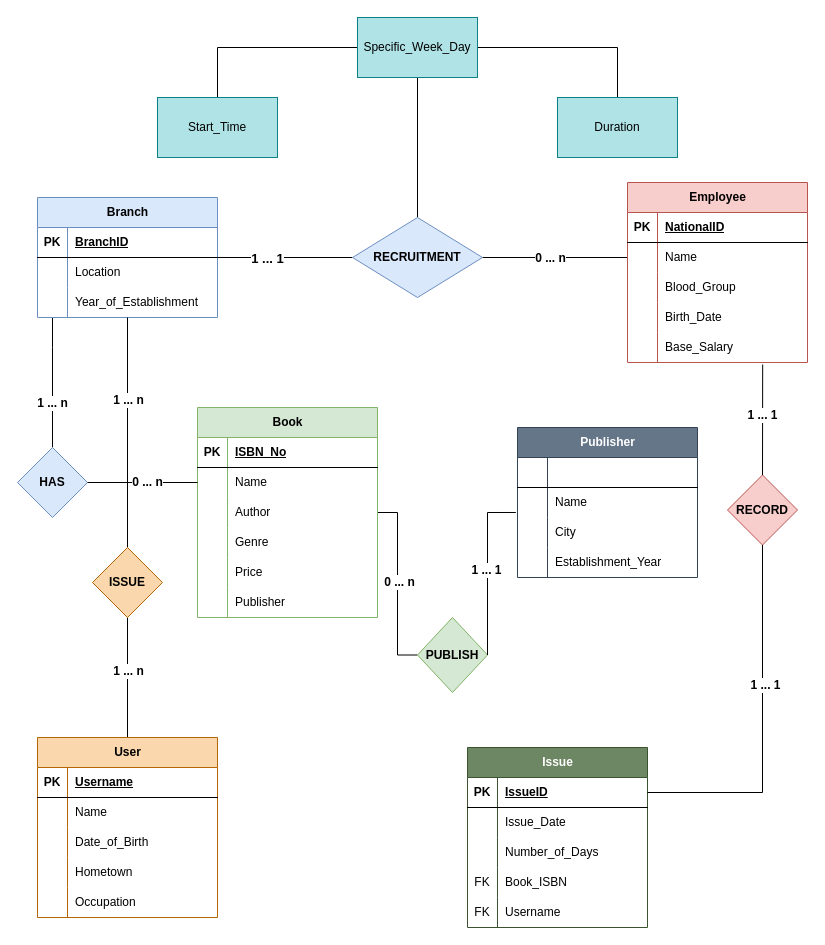
The draw.io diagram Lab_07/210042174_DBMS_Lab07.drawio in hasin023/DBMS1_CSE4307, before the edit. Source tidied: cells renumbered, new cells numbered last; positions are measured from the earlier drawing's top-left corner, leaving out a move shared by most shapes. Both pictures are drawn from the tidied source at 100%, with x=0, y=0 at pixel (17, 17).
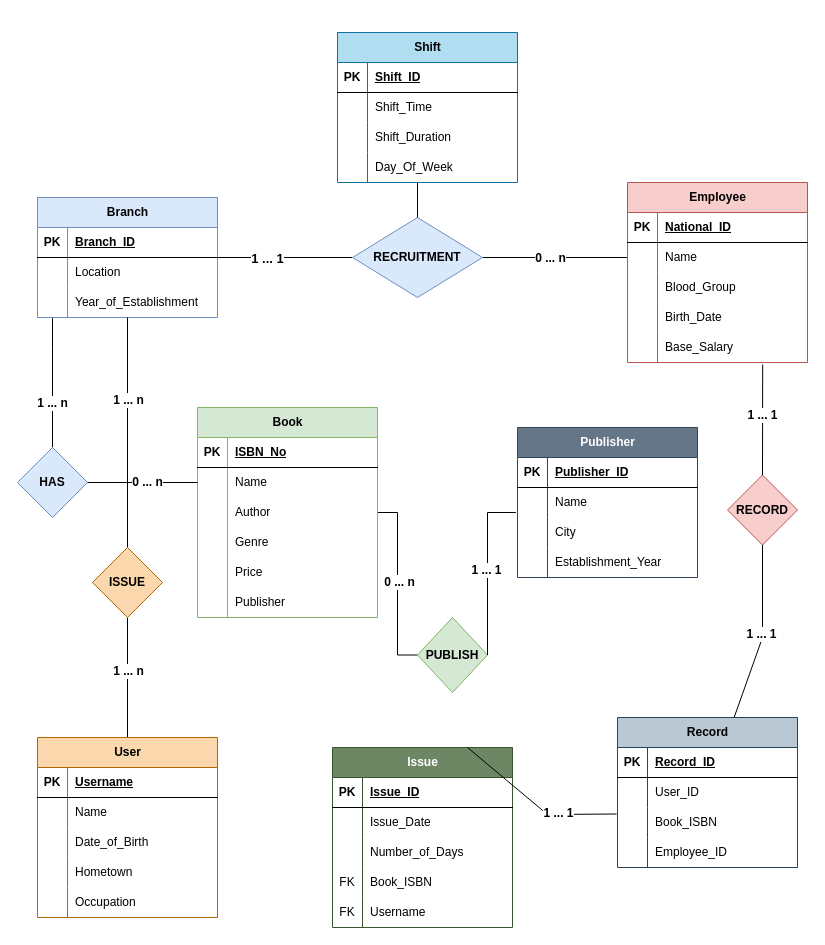
The same diagram, later.

Unchanged cells that the change refers to:
```xml
<mxCell id="7" style="shape=tableRow;horizontal=0;startSize=0;swimlaneHead=0;swimlaneBody=0;fillColor=none;top=0;left=0;right=0;bottom=1;" parent="6" vertex="1">
  <mxGeometry y="30" width="180" height="30" as="geometry" />
</mxCell>
<mxCell id="19" style="shape=tableRow;horizontal=0;startSize=0;swimlaneHead=0;swimlaneBody=0;fillColor=none;top=0;left=0;right=0;bottom=1;" parent="18" vertex="1">
  <mxGeometry y="30" width="180" height="30" as="geometry" />
</mxCell>
<mxCell id="40" value="RECRUITMENT" style="rhombus;whiteSpace=wrap;html=1;fillColor=#dae8fc;strokeColor=#6c8ebf;startSize=30;fontStyle=1;" parent="1" vertex="1">
  <mxGeometry x="335" y="200" width="130" height="80" as="geometry" />
</mxCell>
<mxCell id="63" style="shape=tableRow;horizontal=0;startSize=0;swimlaneHead=0;swimlaneBody=0;fillColor=none;top=0;left=0;right=0;bottom=1;" parent="62" vertex="1">
  <mxGeometry y="30" width="180" height="30" as="geometry" />
</mxCell>
<mxCell id="102" style="shape=tableRow;horizontal=0;startSize=0;swimlaneHead=0;swimlaneBody=0;fillColor=none;points=[[0,0.5],[1,0.5]];portConstraint=eastwest;top=0;left=0;right=0;bottom=1;" parent="101" vertex="1">
  <mxGeometry y="30" width="180" height="30" as="geometry" />
</mxCell>
<mxCell id="118" value="RECORD" style="rhombus;whiteSpace=wrap;html=1;fillColor=#f8cecc;strokeColor=#b85450;startSize=30;fontStyle=1;" parent="1" vertex="1">
  <mxGeometry x="710" y="457.5" width="70" height="70" as="geometry" />
</mxCell>
```

The edit, as a diff of the source:
```diff
@@
-    <mxCell id="9" value="BranchID" style="shape=partialRectangle;fillColor=none;top=0;left=0;bottom=0;right=0;align=left;spacingLeft=6;fontStyle=5;overflow=hidden;whiteSpace=wrap;html=1;" parent="7" vertex="1">
+    <mxCell id="9" value="Branch_ID" style="shape=partialRectangle;fillColor=none;top=0;left=0;bottom=0;right=0;align=left;spacingLeft=6;fontStyle=5;overflow=hidden;whiteSpace=wrap;html=1;" parent="7" vertex="1">
       <mxGeometry x="30" width="150" height="30" as="geometry" />
     </mxCell>
@@
-    <mxCell id="21" value="NationalID" style="shape=partialRectangle;fillColor=none;top=0;left=0;bottom=0;right=0;align=left;spacingLeft=6;fontStyle=5;overflow=hidden;whiteSpace=wrap;html=1;" parent="19" vertex="1">
+    <mxCell id="21" value="National_ID" style="shape=partialRectangle;fillColor=none;top=0;left=0;bottom=0;right=0;align=left;spacingLeft=6;fontStyle=5;overflow=hidden;whiteSpace=wrap;html=1;" parent="19" vertex="1">
       <mxGeometry x="30" width="150" height="30" as="geometry" />
     </mxCell>
@@
-    <mxCell id="34" style="edgeStyle=orthogonalEdgeStyle;rounded=0;jettySize=auto;html=1;exitX=0.5;exitY=0;exitDx=0;exitDy=0;endArrow=none;endFill=0;" parent="1" edge="1" source="40" target="37">
-      <mxGeometry relative="1" as="geometry" />
-    </mxCell>
-    <mxCell id="35" style="edgeStyle=orthogonalEdgeStyle;rounded=0;jettySize=auto;html=1;endArrow=none;endFill=0;" parent="1" edge="1" source="37" target="38">
-      <mxGeometry relative="1" as="geometry" />
-    </mxCell>
-    <mxCell id="36" style="edgeStyle=orthogonalEdgeStyle;rounded=0;jettySize=auto;html=1;endArrow=none;endFill=0;" parent="1" edge="1" source="37" target="39">
-      <mxGeometry relative="1" as="geometry" />
-    </mxCell>
-    <mxCell id="37" value="Specific_Week_Day" style="whiteSpace=wrap;html=1;fillColor=#b0e3e6;strokeColor=#0e8088;" parent="1" vertex="1">
-      <mxGeometry x="340" width="120" height="60" as="geometry" />
-    </mxCell>
-    <mxCell id="38" value="Start_Time" style="whiteSpace=wrap;html=1;fillColor=#b0e3e6;strokeColor=#0e8088;" parent="1" vertex="1">
-      <mxGeometry x="140" y="80" width="120" height="60" as="geometry" />
-    </mxCell>
-    <mxCell id="39" value="Duration" style="whiteSpace=wrap;html=1;fillColor=#b0e3e6;strokeColor=#0e8088;" parent="1" vertex="1">
-      <mxGeometry x="540" y="80" width="120" height="60" as="geometry" />
-    </mxCell>
@@
-    <mxCell id="64" style="shape=partialRectangle;fillColor=none;top=0;left=0;bottom=0;right=0;fontStyle=1;overflow=hidden;whiteSpace=wrap;html=1;" parent="63" vertex="1">
+    <mxCell id="64" value="PK" style="shape=partialRectangle;fillColor=none;top=0;left=0;bottom=0;right=0;fontStyle=1;overflow=hidden;whiteSpace=wrap;html=1;" parent="63" vertex="1">
       <mxGeometry width="30" height="30" as="geometry" />
     </mxCell>
-    <mxCell id="65" style="shape=partialRectangle;fillColor=none;top=0;left=0;bottom=0;right=0;align=left;spacingLeft=6;fontStyle=5;overflow=hidden;whiteSpace=wrap;html=1;" parent="63" vertex="1">
+    <mxCell id="65" value="Publisher_ID" style="shape=partialRectangle;fillColor=none;top=0;left=0;bottom=0;right=0;align=left;spacingLeft=6;fontStyle=5;overflow=hidden;whiteSpace=wrap;html=1;" parent="63" vertex="1">
       <mxGeometry x="30" width="150" height="30" as="geometry" />
     </mxCell>
@@
     <mxCell id="101" value="Issue" style="shape=table;startSize=30;childLayout=tableLayout;rowLines=0;fontStyle=1;align=center;html=1;fillColor=#6d8764;strokeColor=#3A5431;fontColor=#ffffff;" parent="1" vertex="1">
-      <mxGeometry x="450" y="730" width="180" height="180" as="geometry" />
+      <mxGeometry x="315" y="730" width="180" height="180" as="geometry" />
     </mxCell>
@@
-    <mxCell id="104" value="IssueID" style="shape=partialRectangle;fillColor=none;top=0;left=0;bottom=0;right=0;align=left;spacingLeft=6;fontStyle=5;overflow=hidden;whiteSpace=wrap;html=1;" parent="102" vertex="1">
+    <mxCell id="104" value="Issue_ID" style="shape=partialRectangle;fillColor=none;top=0;left=0;bottom=0;right=0;align=left;spacingLeft=6;fontStyle=5;overflow=hidden;whiteSpace=wrap;html=1;" parent="102" vertex="1">
       <mxGeometry x="30" width="150" height="30" as="geometry" />
     </mxCell>
@@
-    <mxCell id="121" style="endArrow=none;html=1;rounded=0;entryX=0.5;entryY=1;entryDx=0;entryDy=0;exitX=1;exitY=0.5;exitDx=0;exitDy=0;" parent="1" edge="1" source="102" target="118">
-      <mxGeometry relative="1" as="geometry">
-        <Array as="points">
-          <mxPoint x="745" y="775" />
-        </Array>
-      </mxGeometry>
-    </mxCell>
-    <mxCell id="122" value="&lt;b style=&quot;border-color: var(--border-color);&quot;&gt;&lt;font style=&quot;border-color: var(--border-color); font-size: 12px;&quot;&gt;1 ... 1&lt;/font&gt;&lt;/b&gt;" style="edgeLabel;html=1;align=center;verticalAlign=middle;" parent="121" vertex="1">
-      <mxGeometry x="0.23" y="-2" relative="1" as="geometry" />
-    </mxCell>
+    <mxCell id="123" style="edgeStyle=orthogonalEdgeStyle;rounded=0;jettySize=auto;html=1;exitX=0.5;exitY=0;exitDx=0;exitDy=0;endArrow=none;endFill=0;" parent="1" edge="1" source="40">
+      <mxGeometry relative="1" as="geometry">
+        <mxPoint x="400" y="165" as="targetPoint" />
+      </mxGeometry>
+    </mxCell>
+    <mxCell id="124" value="Shift" style="shape=table;startSize=30;childLayout=tableLayout;rowLines=0;fontStyle=1;align=center;html=1;fillColor=#b1ddf0;strokeColor=#10739e;" parent="1" vertex="1">
+      <mxGeometry x="320" y="15" width="180" height="150" as="geometry" />
+    </mxCell>
+    <mxCell id="125" style="shape=tableRow;horizontal=0;startSize=0;swimlaneHead=0;swimlaneBody=0;fillColor=none;top=0;left=0;right=0;bottom=1;" parent="124" vertex="1">
+      <mxGeometry y="30" width="180" height="30" as="geometry" />
+    </mxCell>
+    <mxCell id="126" value="PK" style="shape=partialRectangle;fillColor=none;top=0;left=0;bottom=0;right=0;fontStyle=1;overflow=hidden;whiteSpace=wrap;html=1;" parent="125" vertex="1">
+      <mxGeometry width="30" height="30" as="geometry" />
+    </mxCell>
+    <mxCell id="127" value="Shift_ID" style="shape=partialRectangle;fillColor=none;top=0;left=0;bottom=0;right=0;align=left;spacingLeft=6;fontStyle=5;overflow=hidden;whiteSpace=wrap;html=1;" parent="125" vertex="1">
+      <mxGeometry x="30" width="150" height="30" as="geometry" />
+    </mxCell>
+    <mxCell id="128" style="shape=tableRow;horizontal=0;startSize=0;swimlaneHead=0;swimlaneBody=0;fillColor=none;top=0;left=0;right=0;bottom=0;" parent="124" vertex="1">
+      <mxGeometry y="60" width="180" height="30" as="geometry" />
+    </mxCell>
+    <mxCell id="129" style="shape=partialRectangle;fillColor=none;top=0;left=0;bottom=0;right=0;overflow=hidden;whiteSpace=wrap;html=1;" parent="128" vertex="1">
+      <mxGeometry width="30" height="30" as="geometry" />
+    </mxCell>
+    <mxCell id="130" value="Shift_Time" style="shape=partialRectangle;fillColor=none;top=0;left=0;bottom=0;right=0;align=left;spacingLeft=6;overflow=hidden;whiteSpace=wrap;html=1;" parent="128" vertex="1">
+      <mxGeometry x="30" width="150" height="30" as="geometry" />
+    </mxCell>
+    <mxCell id="131" style="shape=tableRow;horizontal=0;startSize=0;swimlaneHead=0;swimlaneBody=0;fillColor=none;top=0;left=0;right=0;bottom=0;" parent="124" vertex="1">
+      <mxGeometry y="90" width="180" height="30" as="geometry" />
+    </mxCell>
+    <mxCell id="132" style="shape=partialRectangle;fillColor=none;top=0;left=0;bottom=0;right=0;overflow=hidden;whiteSpace=wrap;html=1;" parent="131" vertex="1">
+      <mxGeometry width="30" height="30" as="geometry" />
+    </mxCell>
+    <mxCell id="133" value="Shift_Duration" style="shape=partialRectangle;fillColor=none;top=0;left=0;bottom=0;right=0;align=left;spacingLeft=6;overflow=hidden;whiteSpace=wrap;html=1;" parent="131" vertex="1">
+      <mxGeometry x="30" width="150" height="30" as="geometry" />
+    </mxCell>
+    <mxCell id="134" style="shape=tableRow;horizontal=0;startSize=0;swimlaneHead=0;swimlaneBody=0;fillColor=none;top=0;left=0;right=0;bottom=0;" parent="124" vertex="1">
+      <mxGeometry y="120" width="180" height="30" as="geometry" />
+    </mxCell>
+    <mxCell id="135" style="shape=partialRectangle;fillColor=none;top=0;left=0;bottom=0;right=0;overflow=hidden;whiteSpace=wrap;html=1;" parent="134" vertex="1">
+      <mxGeometry width="30" height="30" as="geometry" />
+    </mxCell>
+    <mxCell id="136" value="Day_Of_Week" style="shape=partialRectangle;fillColor=none;top=0;left=0;bottom=0;right=0;align=left;spacingLeft=6;overflow=hidden;whiteSpace=wrap;html=1;" parent="134" vertex="1">
+      <mxGeometry x="30" width="150" height="30" as="geometry" />
+    </mxCell>
+    <mxCell id="137" value="Record" style="shape=table;startSize=30;childLayout=tableLayout;rowLines=0;fontStyle=1;align=center;html=1;fillColor=#bac8d3;strokeColor=#23445d;" parent="1" vertex="1">
+      <mxGeometry x="600" y="700" width="180" height="150" as="geometry" />
+    </mxCell>
+    <mxCell id="138" style="shape=tableRow;horizontal=0;startSize=0;swimlaneHead=0;swimlaneBody=0;fillColor=none;top=0;left=0;right=0;bottom=1;" parent="137" vertex="1">
+      <mxGeometry y="30" width="180" height="30" as="geometry" />
+    </mxCell>
+    <mxCell id="139" value="PK" style="shape=partialRectangle;fillColor=none;top=0;left=0;bottom=0;right=0;fontStyle=1;overflow=hidden;whiteSpace=wrap;html=1;" parent="138" vertex="1">
+      <mxGeometry width="30" height="30" as="geometry" />
+    </mxCell>
+    <mxCell id="140" value="Record_ID" style="shape=partialRectangle;fillColor=none;top=0;left=0;bottom=0;right=0;align=left;spacingLeft=6;fontStyle=5;overflow=hidden;whiteSpace=wrap;html=1;" parent="138" vertex="1">
+      <mxGeometry x="30" width="150" height="30" as="geometry" />
+    </mxCell>
+    <mxCell id="141" style="shape=tableRow;horizontal=0;startSize=0;swimlaneHead=0;swimlaneBody=0;fillColor=none;top=0;left=0;right=0;bottom=0;" parent="137" vertex="1">
+      <mxGeometry y="60" width="180" height="30" as="geometry" />
+    </mxCell>
+    <mxCell id="142" style="shape=partialRectangle;fillColor=none;top=0;left=0;bottom=0;right=0;overflow=hidden;whiteSpace=wrap;html=1;" parent="141" vertex="1">
+      <mxGeometry width="30" height="30" as="geometry" />
+    </mxCell>
+    <mxCell id="143" value="User_ID" style="shape=partialRectangle;fillColor=none;top=0;left=0;bottom=0;right=0;align=left;spacingLeft=6;overflow=hidden;whiteSpace=wrap;html=1;" parent="141" vertex="1">
+      <mxGeometry x="30" width="150" height="30" as="geometry" />
+    </mxCell>
+    <mxCell id="144" style="shape=tableRow;horizontal=0;startSize=0;swimlaneHead=0;swimlaneBody=0;fillColor=none;points=[[0,0.5],[1,0.5]];portConstraint=eastwest;top=0;left=0;right=0;bottom=0;" parent="137" vertex="1">
+      <mxGeometry y="90" width="180" height="30" as="geometry" />
+    </mxCell>
+    <mxCell id="145" style="shape=partialRectangle;fillColor=none;top=0;left=0;bottom=0;right=0;overflow=hidden;whiteSpace=wrap;html=1;" parent="144" vertex="1">
+      <mxGeometry width="30" height="30" as="geometry" />
+    </mxCell>
+    <mxCell id="146" value="Book_ISBN" style="shape=partialRectangle;fillColor=none;top=0;left=0;bottom=0;right=0;align=left;spacingLeft=6;overflow=hidden;whiteSpace=wrap;html=1;" parent="144" vertex="1">
+      <mxGeometry x="30" width="150" height="30" as="geometry" />
+    </mxCell>
+    <mxCell id="147" style="shape=tableRow;horizontal=0;startSize=0;swimlaneHead=0;swimlaneBody=0;fillColor=none;top=0;left=0;right=0;bottom=0;" parent="137" vertex="1">
+      <mxGeometry y="120" width="180" height="30" as="geometry" />
+    </mxCell>
+    <mxCell id="148" style="shape=partialRectangle;fillColor=none;top=0;left=0;bottom=0;right=0;overflow=hidden;whiteSpace=wrap;html=1;" parent="147" vertex="1">
+      <mxGeometry width="30" height="30" as="geometry" />
+    </mxCell>
+    <mxCell id="149" value="Employee_ID" style="shape=partialRectangle;fillColor=none;top=0;left=0;bottom=0;right=0;align=left;spacingLeft=6;overflow=hidden;whiteSpace=wrap;html=1;" parent="147" vertex="1">
+      <mxGeometry x="30" width="150" height="30" as="geometry" />
+    </mxCell>
+    <mxCell id="150" style="endArrow=none;html=1;rounded=0;entryX=0.5;entryY=1;entryDx=0;entryDy=0;" parent="1" edge="1" source="137" target="118">
+      <mxGeometry relative="1" as="geometry">
+        <Array as="points">
+          <mxPoint x="745" y="620" />
+        </Array>
+      </mxGeometry>
+    </mxCell>
+    <mxCell id="151" value="&lt;b style=&quot;border-color: var(--border-color);&quot;&gt;&lt;font style=&quot;border-color: var(--border-color); font-size: 12px;&quot;&gt;1 ... 1&lt;br&gt;&lt;/font&gt;&lt;/b&gt;" style="edgeLabel;html=1;align=center;verticalAlign=middle;" parent="150" vertex="1">
+      <mxGeometry x="-0.01" y="2" relative="1" as="geometry" />
+    </mxCell>
+    <mxCell id="152" style="endArrow=none;html=1;rounded=0;exitX=0.75;exitY=0;exitDx=0;exitDy=0;entryX=-0.005;entryY=0.217;entryDx=0;entryDy=0;entryPerimeter=0;" parent="1" edge="1" source="101" target="144">
+      <mxGeometry relative="1" as="geometry">
+        <Array as="points">
+          <mxPoint x="530" y="797" />
+        </Array>
+      </mxGeometry>
+    </mxCell>
+    <mxCell id="153" value="&lt;b style=&quot;border-color: var(--border-color);&quot;&gt;&lt;font style=&quot;border-color: var(--border-color); font-size: 12px;&quot;&gt;1 ... 1&lt;br&gt;&lt;/font&gt;&lt;/b&gt;" style="edgeLabel;html=1;align=center;verticalAlign=middle;" parent="152" vertex="1">
+      <mxGeometry x="-0.01" y="2" relative="1" as="geometry">
+        <mxPoint x="23" y="12" as="offset" />
+      </mxGeometry>
+    </mxCell>
```
